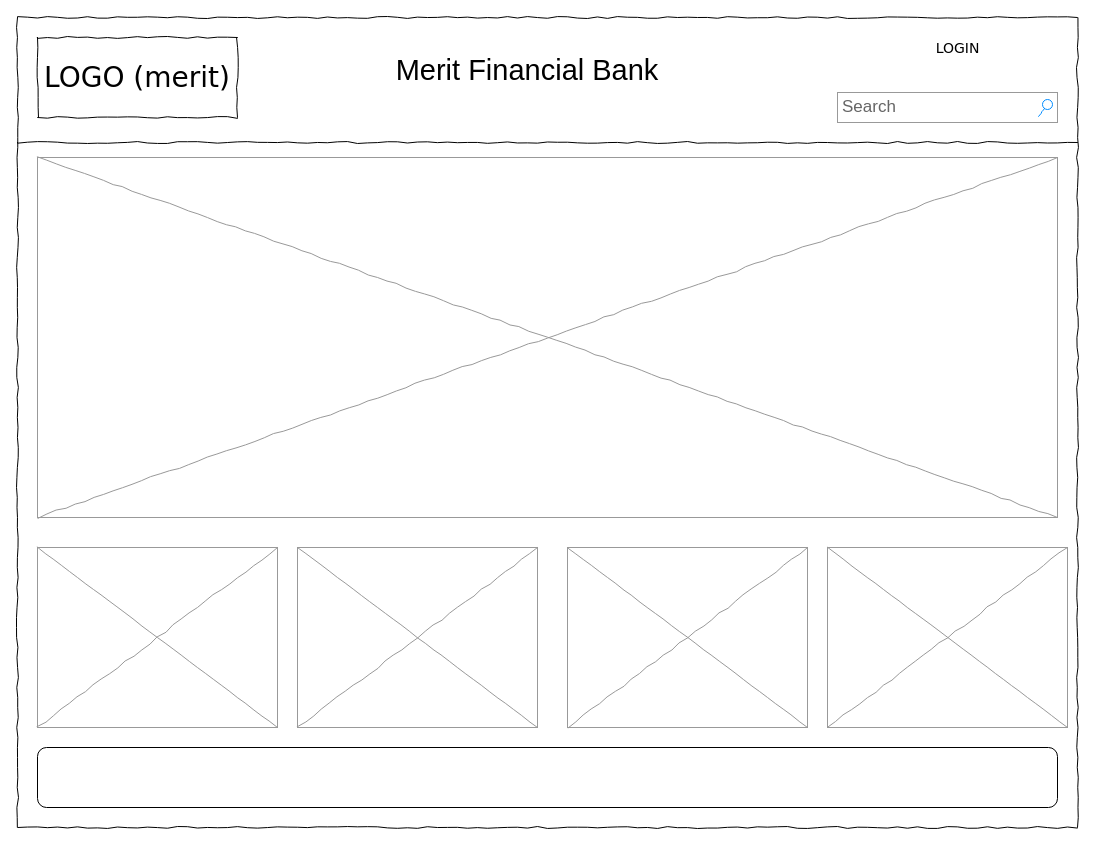
Gabegual/Section-Handout-5 keeps this draw.io diagram as Untitled Diagram.drawio. Above is the earlier version. Source tidied: cells renumbered, new cells numbered last; positions are measured from the earlier drawing's top-left corner, leaving out a move shared by most shapes. Both pictures are drawn from the tidied source at 100%, with x=0, y=0 at pixel (17, 17).
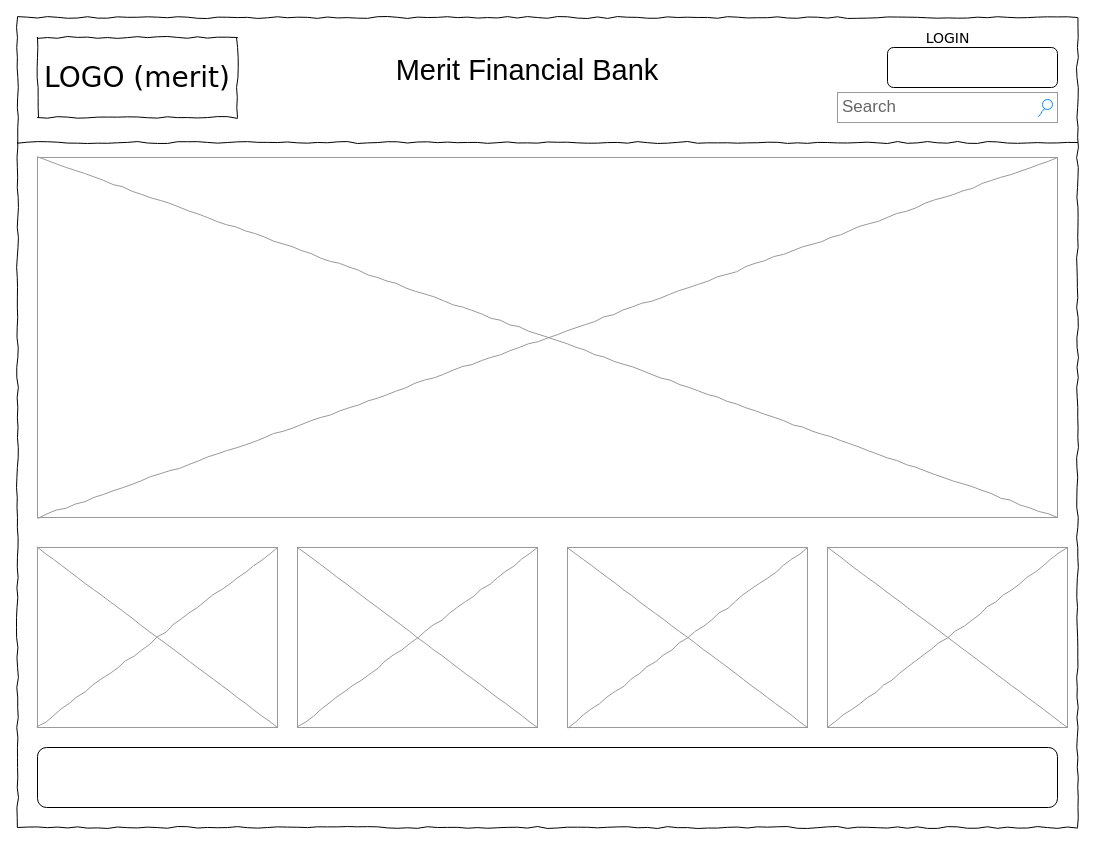
The same diagram, later.

What changed in the source:
```diff
@@
 <mxGraphModel>
   <root>
     <mxCell id="0" />
     <mxCell id="1" parent="0" />
     <mxCell id="2" style="whiteSpace=wrap;html=1;rounded=0;shadow=0;labelBackgroundColor=none;strokeColor=#000000;strokeWidth=1;fillColor=none;fontFamily=Verdana;fontSize=12;fontColor=#000000;align=center;comic=1;" parent="1" vertex="1">
       <mxGeometry width="1060" height="810" as="geometry" />
     </mxCell>
     <mxCell id="3" value="LOGO (merit)" style="whiteSpace=wrap;html=1;rounded=0;shadow=0;labelBackgroundColor=none;strokeWidth=1;fontFamily=Verdana;fontSize=28;align=center;comic=1;" parent="1" vertex="1">
       <mxGeometry x="20" y="20" width="200" height="80" as="geometry" />
     </mxCell>
     <mxCell id="4" value="Search" style="strokeWidth=1;shadow=0;dashed=0;align=center;html=1;shape=mxgraph.mockup.forms.searchBox;strokeColor=#999999;mainText=;strokeColor2=#008cff;fontColor=#666666;fontSize=17;align=left;spacingLeft=3;rounded=0;labelBackgroundColor=none;comic=1;" parent="1" vertex="1">
       <mxGeometry x="820" y="75" width="220" height="30" as="geometry" />
     </mxCell>
     <mxCell id="5" value="&amp;nbsp; &amp;nbsp; &amp;nbsp; LOGIN" style="text;html=1;align=left;verticalAlign=top;spacingTop=-4;fontSize=14;fontFamily=Verdana;" parent="1" vertex="1">
-      <mxGeometry x="890" y="20" width="150" height="20" as="geometry" />
+      <mxGeometry x="880" y="10" width="150" height="20" as="geometry" />
     </mxCell>
     <mxCell id="6" style="line;strokeWidth=1;html=1;rounded=0;shadow=0;labelBackgroundColor=none;fillColor=none;fontFamily=Verdana;fontSize=14;fontColor=#000000;align=center;comic=1;" parent="1" vertex="1">
       <mxGeometry y="120" width="1060" height="10" as="geometry" />
     </mxCell>
     <mxCell id="7" value="&lt;span id=&quot;docs-internal-guid-1c328de5-7fff-0aef-3b5f-240ee2db73f4&quot;&gt;&lt;span style=&quot;font-family: &amp;#34;source sans pro&amp;#34; , sans-serif ; background-color: transparent ; vertical-align: baseline&quot;&gt;&lt;font style=&quot;font-size: 29px&quot;&gt;Merit Financial Bank&lt;/font&gt;&lt;/span&gt;&lt;/span&gt;" style="text;html=1;strokeColor=none;fillColor=none;align=center;verticalAlign=middle;whiteSpace=wrap;rounded=0;" parent="1" vertex="1">
       <mxGeometry x="280" y="30" width="460" height="45" as="geometry" />
     </mxCell>
     <mxCell id="8" style="verticalLabelPosition=bottom;shadow=0;dashed=0;align=center;html=1;verticalAlign=top;strokeWidth=1;shape=mxgraph.mockup.graphics.simpleIcon;strokeColor=#999999;rounded=0;labelBackgroundColor=none;fontFamily=Verdana;fontSize=14;fontColor=#000000;comic=1;" parent="1" vertex="1">
       <mxGeometry x="20" y="140" width="1020" height="360" as="geometry" />
     </mxCell>
     <mxCell id="9" style="verticalLabelPosition=bottom;shadow=0;dashed=0;align=center;html=1;verticalAlign=top;strokeWidth=1;shape=mxgraph.mockup.graphics.simpleIcon;strokeColor=#999999;rounded=0;labelBackgroundColor=none;fontFamily=Verdana;fontSize=14;fontColor=#000000;comic=1;" parent="1" vertex="1">
       <mxGeometry x="810" y="530" width="240" height="180" as="geometry" />
     </mxCell>
     <mxCell id="10" style="verticalLabelPosition=bottom;shadow=0;dashed=0;align=center;html=1;verticalAlign=top;strokeWidth=1;shape=mxgraph.mockup.graphics.simpleIcon;strokeColor=#999999;rounded=0;labelBackgroundColor=none;fontFamily=Verdana;fontSize=14;fontColor=#000000;comic=1;" parent="1" vertex="1">
       <mxGeometry x="20" y="530" width="240" height="180" as="geometry" />
     </mxCell>
     <mxCell id="11" style="verticalLabelPosition=bottom;shadow=0;dashed=0;align=center;html=1;verticalAlign=top;strokeWidth=1;shape=mxgraph.mockup.graphics.simpleIcon;strokeColor=#999999;rounded=0;labelBackgroundColor=none;fontFamily=Verdana;fontSize=14;fontColor=#000000;comic=1;" parent="1" vertex="1">
       <mxGeometry x="280" y="530" width="240" height="180" as="geometry" />
     </mxCell>
     <mxCell id="12" style="verticalLabelPosition=bottom;shadow=0;dashed=0;align=center;html=1;verticalAlign=top;strokeWidth=1;shape=mxgraph.mockup.graphics.simpleIcon;strokeColor=#999999;rounded=0;labelBackgroundColor=none;fontFamily=Verdana;fontSize=14;fontColor=#000000;comic=1;" parent="1" vertex="1">
       <mxGeometry x="550" y="530" width="240" height="180" as="geometry" />
     </mxCell>
     <mxCell id="13" style="rounded=1;whiteSpace=wrap;html=1;" parent="1" vertex="1">
       <mxGeometry x="20" y="730" width="1020" height="60" as="geometry" />
     </mxCell>
+    <mxCell id="14" style="rounded=1;whiteSpace=wrap;html=1;" parent="1" vertex="1">
+      <mxGeometry x="870" y="30" width="170" height="40" as="geometry" />
+    </mxCell>
   </root>
 </mxGraphModel>
```
